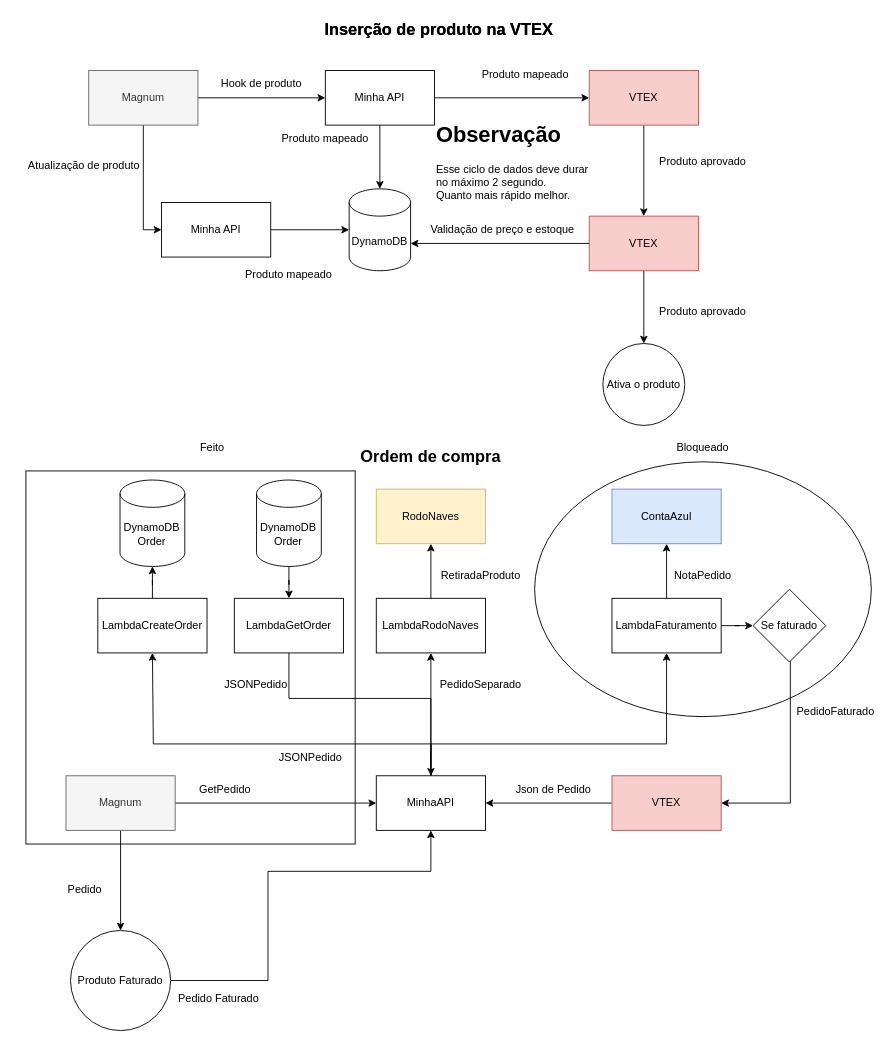
Above: fluxo-tech-magnum.drawio in GustavoOliveira11/flowcharts (draw.io), before the change. Source tidied: cells renumbered, new cells numbered last; positions are measured from the earlier drawing's top-left corner, leaving out a move shared by most shapes. Both pictures are drawn from the tidied source at 91%, with x=0, y=0 at pixel (15, 15).
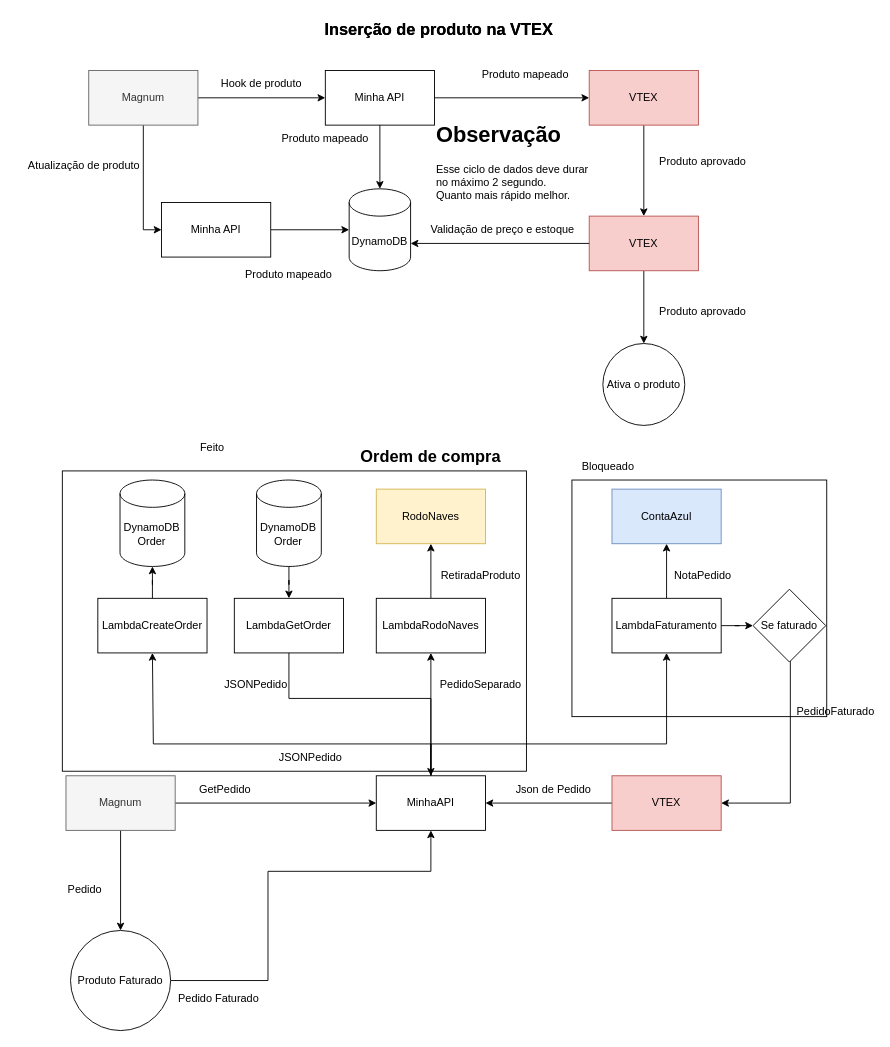
After the change.

What changed in the source:
```diff
@@
     <mxCell id="66" value="Bloqueado" style="text;html=1;align=center;verticalAlign=middle;whiteSpace=wrap;rounded=0;" parent="1" vertex="1">
-      <mxGeometry x="725" y="460" width="60" height="30" as="geometry" />
+      <mxGeometry x="621" y="480" width="60" height="30" as="geometry" />
     </mxCell>
-    <mxCell id="67" style="ellipse;whiteSpace=wrap;html=1;fillColor=none;" parent="1" vertex="1">
-      <mxGeometry x="570" y="490" width="370" height="280" as="geometry" />
-    </mxCell>
@@
     <mxCell id="69" style="rounded=0;whiteSpace=wrap;html=1;fillColor=none;" parent="1" vertex="1">
-      <mxGeometry x="11" y="500" width="361.8" height="410" as="geometry" />
+      <mxGeometry x="51" y="500" width="510" height="330" as="geometry" />
     </mxCell>
+    <mxCell id="70" style="rounded=0;whiteSpace=wrap;html=1;fillColor=none;" parent="1" vertex="1">
+      <mxGeometry x="611" y="510" width="280" height="260" as="geometry" />
+    </mxCell>
```
